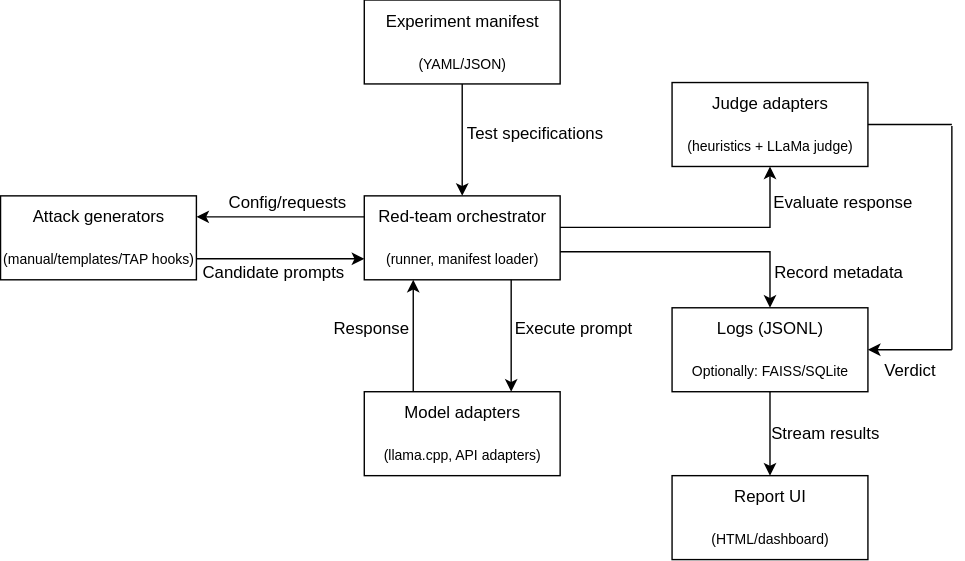
H0CK3Y03/sentinel keeps this draw.io diagram as thesis/obrazky-figures/design.svg. Above is the earlier version. Source tidied: cells renumbered, new cells last; positions are measured from the earlier drawing's top-left corner, leaving out a move shared by most shapes.
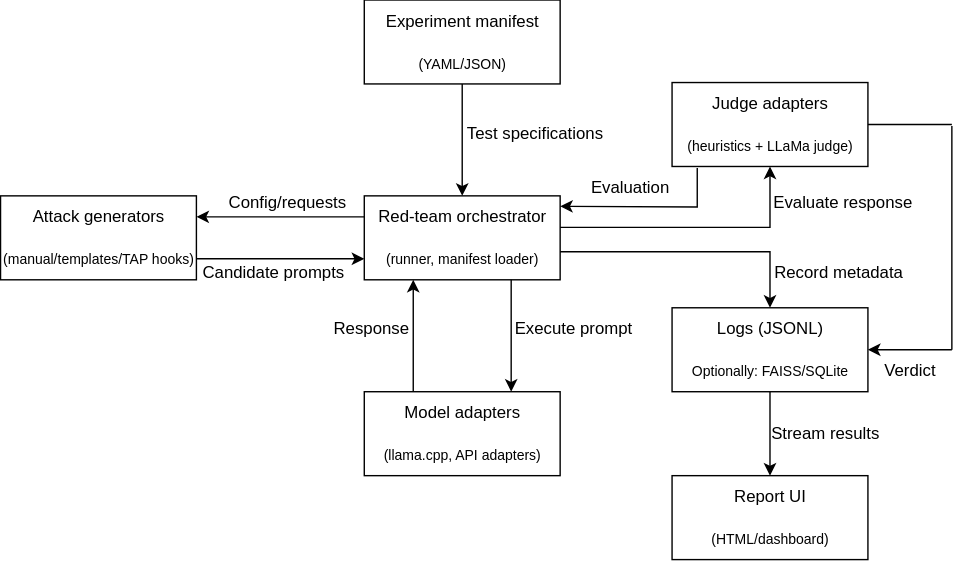
Above is the later version.

Commit message:
Updated design diagram

What changed in the source:
```diff
@@ -155,5 +155,16 @@
     <mxCell id="49" value="Stream results" style="text;html=1;whiteSpace=wrap;strokeColor=none;fillColor=none;align=center;verticalAlign=middle;rounded=0;" parent="1" vertex="1">
       <mxGeometry x="549" y="295" width="81" height="30" as="geometry" />
     </mxCell>
+    <mxCell id="50" style="endArrow=classic;html=1;rounded=0;entryX=1;entryY=0.25;entryDx=0;entryDy=0;" parent="1" edge="1" target="4">
+      <mxGeometry relative="1" as="geometry">
+        <mxPoint x="498" y="120" as="sourcePoint" />
+        <Array as="points">
+          <mxPoint x="498" y="148" />
+        </Array>
+      </mxGeometry>
+    </mxCell>
+    <mxCell id="51" value="Evaluation" style="text;html=1;whiteSpace=wrap;strokeColor=none;fillColor=none;align=center;verticalAlign=middle;rounded=0;" parent="1" vertex="1">
+      <mxGeometry x="410" y="119" width="80" height="30" as="geometry" />
+    </mxCell>
   </root>
 </mxGraphModel>
```
